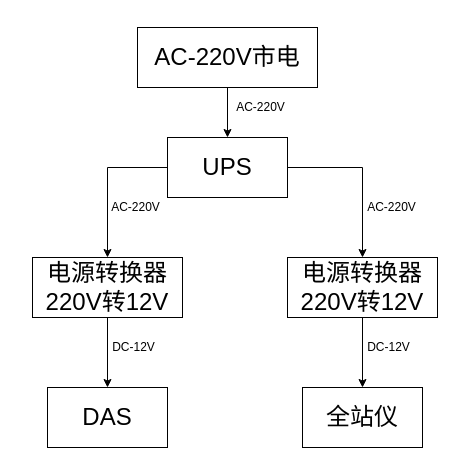
Earlier version of the draw.io diagram page "电池控制器" (3 of 3) of 全站仪电气图.drawio (wanghongsilver/DrawIo). Source tidied: cells renumbered, new cells numbered last; positions are measured from the earlier drawing's top-left corner, leaving out a move shared by most shapes. Both pictures are drawn from the tidied source at 100%, with x=0, y=0 at pixel (32, 27).
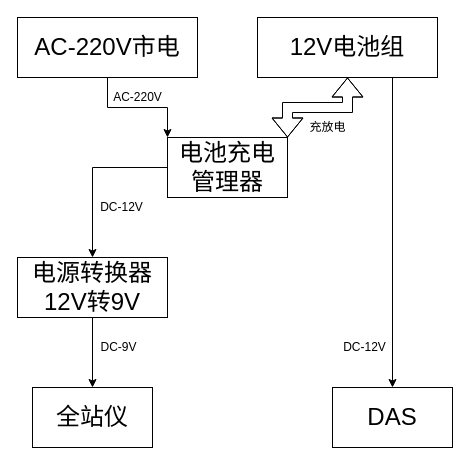
Above is the later version.

Commit message:
修改电池控制器DAS供电方式

What changed in the source:
```diff
@@
 <mxGraphModel>
   <root>
     <mxCell id="0" />
     <mxCell id="1" parent="0" />
-    <mxCell id="2" style="edgeStyle=orthogonalEdgeStyle;rounded=0;jettySize=auto;html=1;exitX=1;exitY=0.5;exitDx=0;exitDy=0;entryX=0.5;entryY=0;entryDx=0;entryDy=0;" parent="1" edge="1" source="4" target="7">
+    <mxCell id="2" style="edgeStyle=orthogonalEdgeStyle;rounded=0;jettySize=auto;html=1;exitX=0;exitY=0.5;exitDx=0;exitDy=0;entryX=0.5;entryY=0;entryDx=0;entryDy=0;startArrow=none;startFill=0;" parent="1" edge="1" source="4" target="7">
       <mxGeometry relative="1" as="geometry" />
     </mxCell>
-    <mxCell id="3" style="edgeStyle=orthogonalEdgeStyle;rounded=0;jettySize=auto;html=1;exitX=0;exitY=0.5;exitDx=0;exitDy=0;entryX=0.5;entryY=0;entryDx=0;entryDy=0;" parent="1" edge="1" source="4" target="12">
-      <mxGeometry relative="1" as="geometry" />
-    </mxCell>
-    <mxCell id="4" value="&lt;font style=&quot;font-size: 24px&quot;&gt;UPS&lt;/font&gt;" style="rounded=0;whiteSpace=wrap;html=1;" parent="1" vertex="1">
+    <mxCell id="4" value="&lt;font style=&quot;font-size: 24px&quot;&gt;电池充电管理器&lt;/font&gt;" style="rounded=0;whiteSpace=wrap;html=1;" parent="1" vertex="1">
       <mxGeometry x="135" y="110" width="120" height="60" as="geometry" />
     </mxCell>
     <mxCell id="5" value="&lt;font style=&quot;font-size: 24px&quot;&gt;全站仪&lt;/font&gt;" style="rounded=0;whiteSpace=wrap;html=1;" parent="1" vertex="1">
-      <mxGeometry x="270" y="360" width="120" height="60" as="geometry" />
+      <mxGeometry y="360" width="120" height="60" as="geometry" />
     </mxCell>
     <mxCell id="6" style="edgeStyle=orthogonalEdgeStyle;rounded=0;jettySize=auto;html=1;exitX=0.5;exitY=1;exitDx=0;exitDy=0;entryX=0.5;entryY=0;entryDx=0;entryDy=0;" parent="1" edge="1" source="7" target="5">
       <mxGeometry relative="1" as="geometry" />
     </mxCell>
-    <mxCell id="7" value="&lt;div&gt;&lt;font style=&quot;font-size: 24px&quot;&gt;电源转换器220V转12V&lt;/font&gt;&lt;/div&gt;" style="rounded=0;whiteSpace=wrap;html=1;" parent="1" vertex="1">
-      <mxGeometry x="255" y="230" width="150" height="60" as="geometry" />
+    <mxCell id="7" value="&lt;div&gt;&lt;font style=&quot;font-size: 24px&quot;&gt;电源转换器12V转9V&lt;/font&gt;&lt;/div&gt;" style="rounded=0;whiteSpace=wrap;html=1;" parent="1" vertex="1">
+      <mxGeometry x="-15" y="230" width="150" height="60" as="geometry" />
     </mxCell>
     <mxCell id="8" value="&lt;font style=&quot;font-size: 24px&quot;&gt;DAS&lt;/font&gt;" style="rounded=0;whiteSpace=wrap;html=1;" parent="1" vertex="1">
-      <mxGeometry x="15" y="360" width="120" height="60" as="geometry" />
+      <mxGeometry x="300" y="360" width="120" height="60" as="geometry" />
     </mxCell>
-    <mxCell id="9" value="AC-220V" style="text;html=1;align=center;verticalAlign=middle;strokeColor=none;" parent="1" vertex="1">
-      <mxGeometry x="329" y="170" width="60" height="20" as="geometry" />
+    <mxCell id="9" value="DC-12V" style="text;html=1;align=center;verticalAlign=middle;strokeColor=none;" parent="1" vertex="1">
+      <mxGeometry x="59" y="170" width="60" height="20" as="geometry" />
     </mxCell>
-    <mxCell id="10" value="DC-12V" style="text;html=1;align=center;verticalAlign=middle;strokeColor=none;" parent="1" vertex="1">
-      <mxGeometry x="326" y="310" width="60" height="20" as="geometry" />
+    <mxCell id="10" value="&lt;div&gt;DC-9V&lt;/div&gt;" style="text;html=1;align=center;verticalAlign=middle;strokeColor=none;" parent="1" vertex="1">
+      <mxGeometry x="61" y="310" width="50" height="20" as="geometry" />
     </mxCell>
-    <mxCell id="11" style="edgeStyle=orthogonalEdgeStyle;rounded=0;jettySize=auto;html=1;exitX=0.5;exitY=1;exitDx=0;exitDy=0;entryX=0.5;entryY=0;entryDx=0;entryDy=0;" parent="1" edge="1" source="12" target="8">
-      <mxGeometry relative="1" as="geometry" />
-    </mxCell>
-    <mxCell id="12" value="&lt;div&gt;&lt;font style=&quot;font-size: 24px&quot;&gt;电源转换器220V转12V&lt;/font&gt;&lt;/div&gt;" style="rounded=0;whiteSpace=wrap;html=1;" parent="1" vertex="1">
-      <mxGeometry y="230" width="150" height="60" as="geometry" />
-    </mxCell>
     <mxCell id="13" value="DC-12V" style="text;html=1;align=center;verticalAlign=middle;strokeColor=none;" parent="1" vertex="1">
-      <mxGeometry x="71" y="310" width="60" height="20" as="geometry" />
+      <mxGeometry x="302" y="310" width="60" height="20" as="geometry" />
     </mxCell>
-    <mxCell id="14" value="&lt;div&gt;AC-220V&lt;/div&gt;" style="text;html=1;align=center;verticalAlign=middle;strokeColor=none;" parent="1" vertex="1">
-      <mxGeometry x="73" y="170" width="60" height="20" as="geometry" />
-    </mxCell>
-    <mxCell id="15" style="edgeStyle=orthogonalEdgeStyle;rounded=0;jettySize=auto;html=1;exitX=0.5;exitY=1;exitDx=0;exitDy=0;entryX=0.5;entryY=0;entryDx=0;entryDy=0;" parent="1" edge="1" source="16" target="4">
+    <mxCell id="15" style="edgeStyle=orthogonalEdgeStyle;rounded=0;jettySize=auto;html=1;exitX=0.5;exitY=1;exitDx=0;exitDy=0;entryX=0;entryY=0;entryDx=0;entryDy=0;" parent="1" edge="1" source="16" target="4">
       <mxGeometry relative="1" as="geometry" />
     </mxCell>
     <mxCell id="16" value="&lt;font style=&quot;font-size: 24px&quot;&gt;AC-220V市电&lt;/font&gt;" style="rounded=0;whiteSpace=wrap;html=1;" parent="1" vertex="1">
-      <mxGeometry x="105" width="180" height="60" as="geometry" />
+      <mxGeometry x="-15" y="-10" width="180" height="60" as="geometry" />
     </mxCell>
     <mxCell id="17" value="AC-220V" style="text;html=1;align=center;verticalAlign=middle;strokeColor=none;" parent="1" vertex="1">
-      <mxGeometry x="198" y="70" width="60" height="20" as="geometry" />
+      <mxGeometry x="75" y="60" width="60" height="20" as="geometry" />
     </mxCell>
+    <mxCell id="18" style="edgeStyle=orthogonalEdgeStyle;rounded=0;jettySize=auto;html=1;exitX=0.5;exitY=1;exitDx=0;exitDy=0;entryX=1;entryY=0;entryDx=0;entryDy=0;shape=flexArrow;startArrow=block;" parent="1" edge="1" source="20" target="4">
+      <mxGeometry relative="1" as="geometry" />
+    </mxCell>
+    <mxCell id="19" style="edgeStyle=orthogonalEdgeStyle;rounded=0;jettySize=auto;html=1;exitX=0.75;exitY=1;exitDx=0;exitDy=0;entryX=0.5;entryY=0;entryDx=0;entryDy=0;startArrow=none;startFill=0;" parent="1" edge="1" source="20" target="8">
+      <mxGeometry relative="1" as="geometry" />
+    </mxCell>
+    <mxCell id="20" value="&lt;font style=&quot;font-size: 24px&quot;&gt;12V电池组&lt;/font&gt;" style="rounded=0;whiteSpace=wrap;html=1;" parent="1" vertex="1">
+      <mxGeometry x="225" y="-10" width="180" height="60" as="geometry" />
+    </mxCell>
+    <mxCell id="21" value="充放电" style="text;html=1;align=center;verticalAlign=middle;strokeColor=none;" parent="1" vertex="1">
+      <mxGeometry x="270" y="90" width="50" height="20" as="geometry" />
+    </mxCell>
   </root>
 </mxGraphModel>
```
